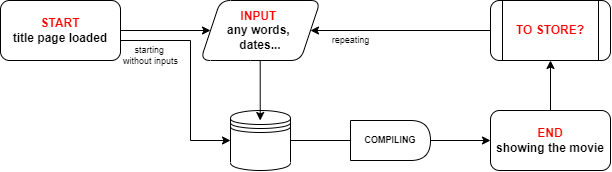
This is BibleSays.png from whitewhitefang/flowcharts, a draw.io export, as it was before one commit. Source tidied: cells renumbered, new cells last; positions are measured from the earlier drawing's top-left corner, leaving out a move shared by most shapes.
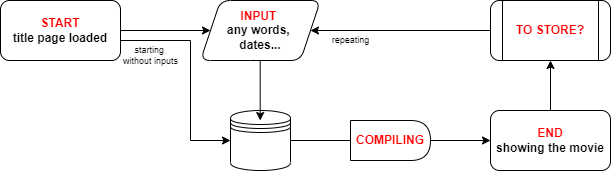
After the commit.

Change to the diagram source:
```diff
@@ -53,7 +53,7 @@
         <mxPoint x="490" y="30" as="sourcePoint" />
       </mxGeometry>
     </mxCell>
-    <mxCell id="15" value="COMPILING" style="shape=delay;whiteSpace=wrap;html=1;fontSize=9;fontColor=#000000;fontStyle=1;" parent="1" vertex="1">
+    <mxCell id="15" value="&lt;font color=&quot;#ff0000&quot; style=&quot;font-size: 12px&quot;&gt;COMPILING&lt;/font&gt;" style="shape=delay;whiteSpace=wrap;html=1;fontSize=9;fontColor=#000000;fontStyle=1;" parent="1" vertex="1">
       <mxGeometry x="350" y="120" width="80" height="40" as="geometry" />
     </mxCell>
     <mxCell id="16" style="edgeStyle=orthogonalEdgeStyle;rounded=0;jettySize=auto;html=1;fontSize=9;fontColor=#000000;endArrow=none;" parent="1" edge="1" source="6" target="15">
```
